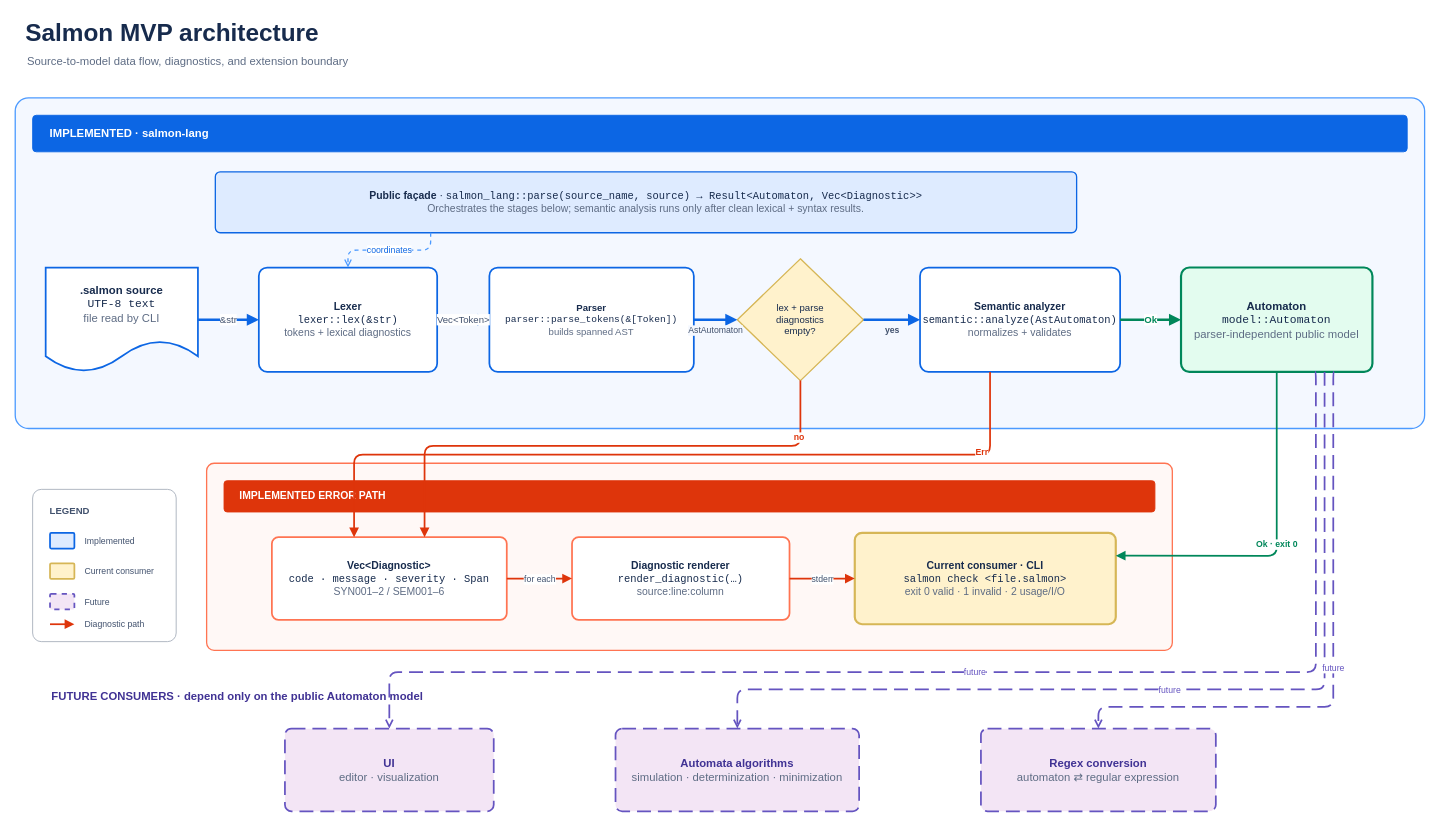
Above: docs/diagrams/architecture.drawio in Matias-Sanmiguel/Salmon (draw.io), before the change. Source tidied: cells renumbered, new cells numbered last; positions are measured from the earlier drawing's top-left corner, leaving out a move shared by most shapes. Both pictures are drawn from the tidied source at 87%, with x=0, y=0 at pixel (15, 15).
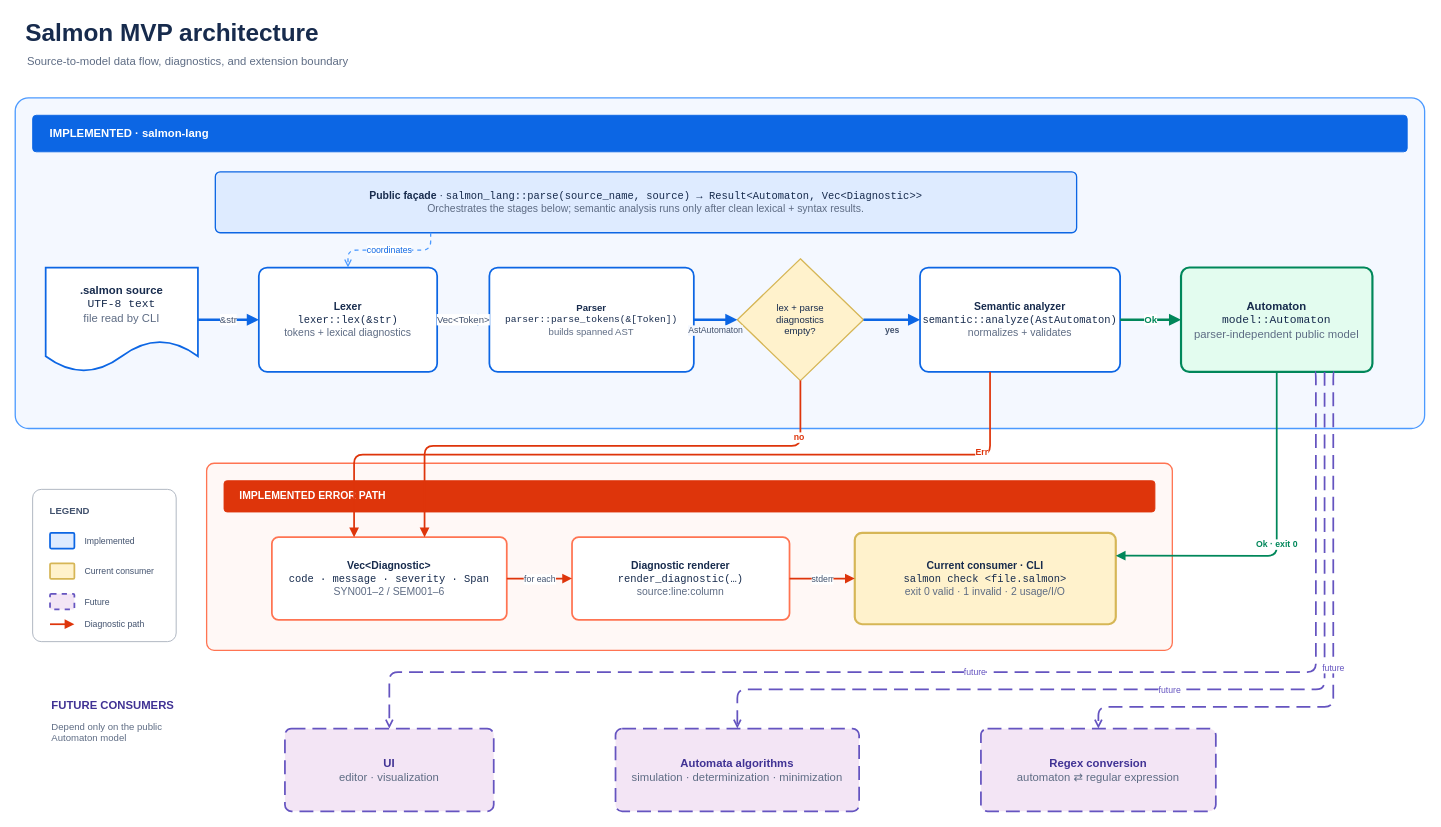
The same page after the edit.

Commit message (it also covers changes not shown here):
docs: refine Salmon diagram boundaries

Change to the diagram source:
```diff
@@
-    <mxCell id="29" value="FUTURE CONSUMERS · depend only on the public Automaton model" style="text;html=1;strokeColor=none;fillColor=none;align=left;verticalAlign=middle;fontSize=13;fontStyle=1;fontColor=#403294;" parent="1" vertex="1">
-      <mxGeometry x="40" y="770" width="700" height="25" as="geometry" />
+    <mxCell id="29" value="FUTURE CONSUMERS" style="text;html=1;strokeColor=none;fillColor=none;align=left;verticalAlign=middle;fontSize=13;fontStyle=1;fontColor=#403294;" parent="1" vertex="1">
+      <mxGeometry x="40" y="780" width="250" height="25" as="geometry" />
     </mxCell>
+    <mxCell id="46" value="Depend only on the public&lt;br&gt;Automaton model" style="text;html=1;strokeColor=none;fillColor=none;align=left;verticalAlign=top;fontSize=11;fontColor=#5E6C84;" parent="1" vertex="1">
+      <mxGeometry x="40" y="805" width="250" height="45" as="geometry" />
+    </mxCell>
```
